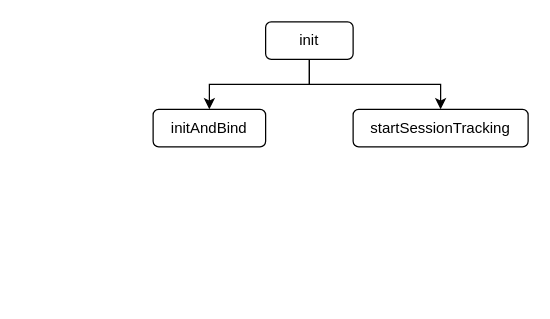
Before: frontend/sentry-js.drawio in Rockergmail/draw.io, a draw.io diagram. Source tidied: cells renumbered, new cells numbered last; positions are measured from the earlier drawing's top-left corner, leaving out a move shared by most shapes. Both pictures are drawn from the tidied source at 125%, with x=0, y=0 at pixel (152, 21).
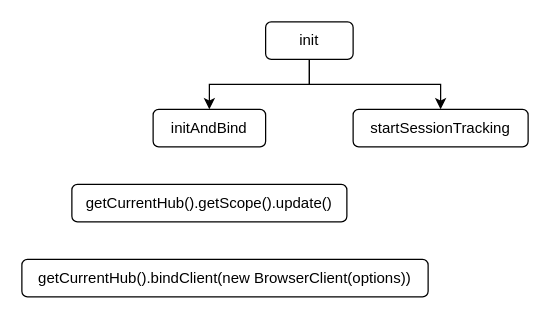
The same page after the edit.

What changed in the source:
```diff
@@
 <mxGraphModel>
   <root>
     <mxCell id="0" />
     <mxCell id="1" parent="0" />
     <mxCell id="2" style="edgeStyle=orthogonalEdgeStyle;rounded=0;jettySize=auto;html=1;exitX=0.5;exitY=1;exitDx=0;exitDy=0;entryX=0.5;entryY=0;entryDx=0;entryDy=0;" parent="1" edge="1" source="4" target="5">
       <mxGeometry relative="1" as="geometry" />
     </mxCell>
     <mxCell id="3" style="edgeStyle=orthogonalEdgeStyle;rounded=0;jettySize=auto;html=1;exitX=0.5;exitY=1;exitDx=0;exitDy=0;entryX=0.5;entryY=0;entryDx=0;entryDy=0;" parent="1" edge="1" source="4" target="6">
       <mxGeometry relative="1" as="geometry" />
     </mxCell>
     <mxCell id="4" value="init" style="rounded=1;whiteSpace=wrap;html=1;" parent="1" vertex="1">
       <mxGeometry x="90" width="70" height="30" as="geometry" />
     </mxCell>
     <mxCell id="5" value="initAndBind" style="rounded=1;whiteSpace=wrap;html=1;" parent="1" vertex="1">
       <mxGeometry y="70" width="90" height="30" as="geometry" />
     </mxCell>
     <mxCell id="6" value="startSessionTracking" style="rounded=1;whiteSpace=wrap;html=1;" parent="1" vertex="1">
       <mxGeometry x="160" y="70" width="140" height="30" as="geometry" />
     </mxCell>
+    <mxCell id="7" value="getCurrentHub().getScope().update()" style="rounded=1;whiteSpace=wrap;html=1;" parent="1" vertex="1">
+      <mxGeometry x="-65" y="130" width="220" height="30" as="geometry" />
+    </mxCell>
+    <mxCell id="8" value="getCurrentHub().bindClient(new BrowserClient(options))" style="rounded=1;whiteSpace=wrap;html=1;" parent="1" vertex="1">
+      <mxGeometry x="-105" y="190" width="325" height="30" as="geometry" />
+    </mxCell>
   </root>
 </mxGraphModel>
```
